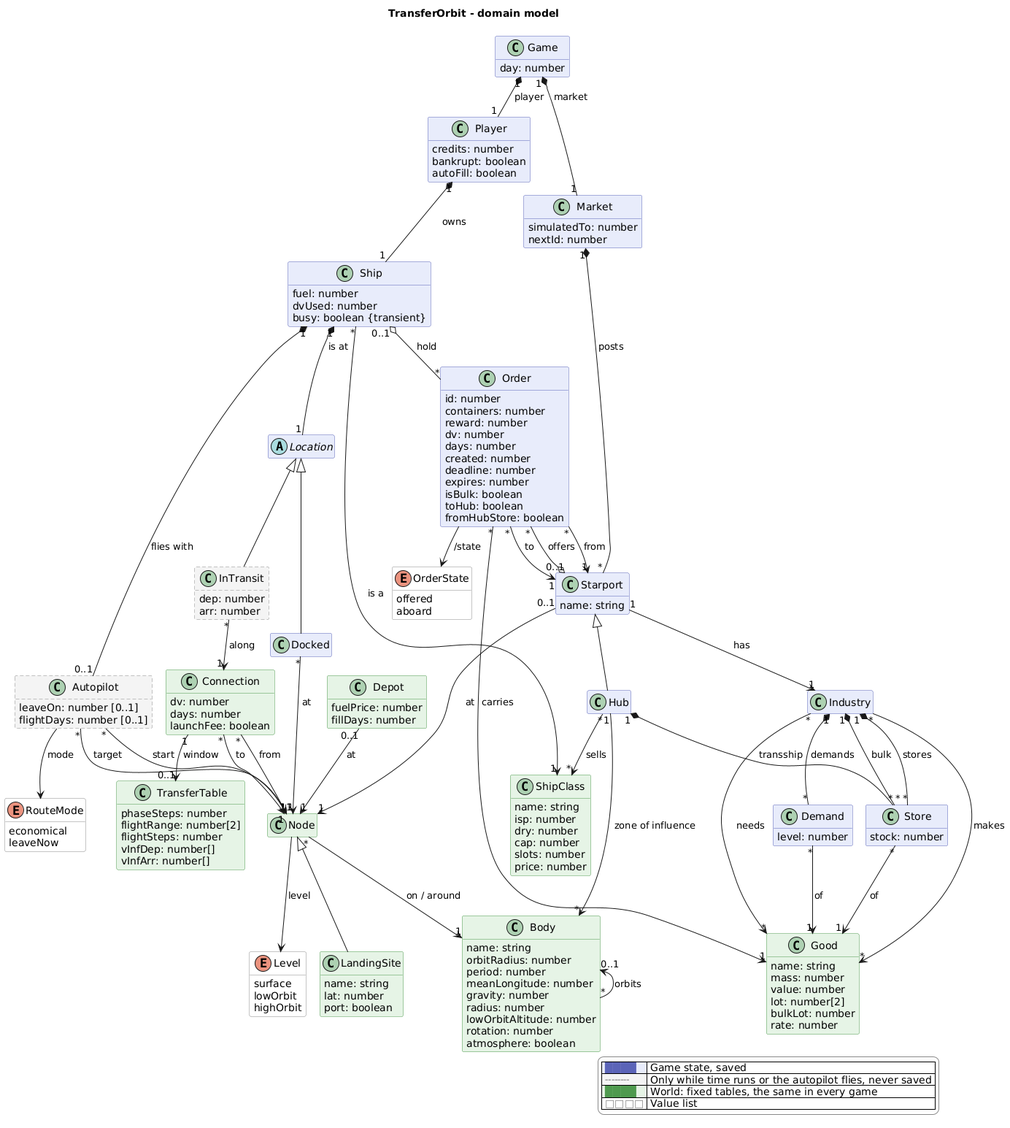
The PlantUML diagram docs/domain-model.png in scuzzar/TransferOrbit, before a commit.
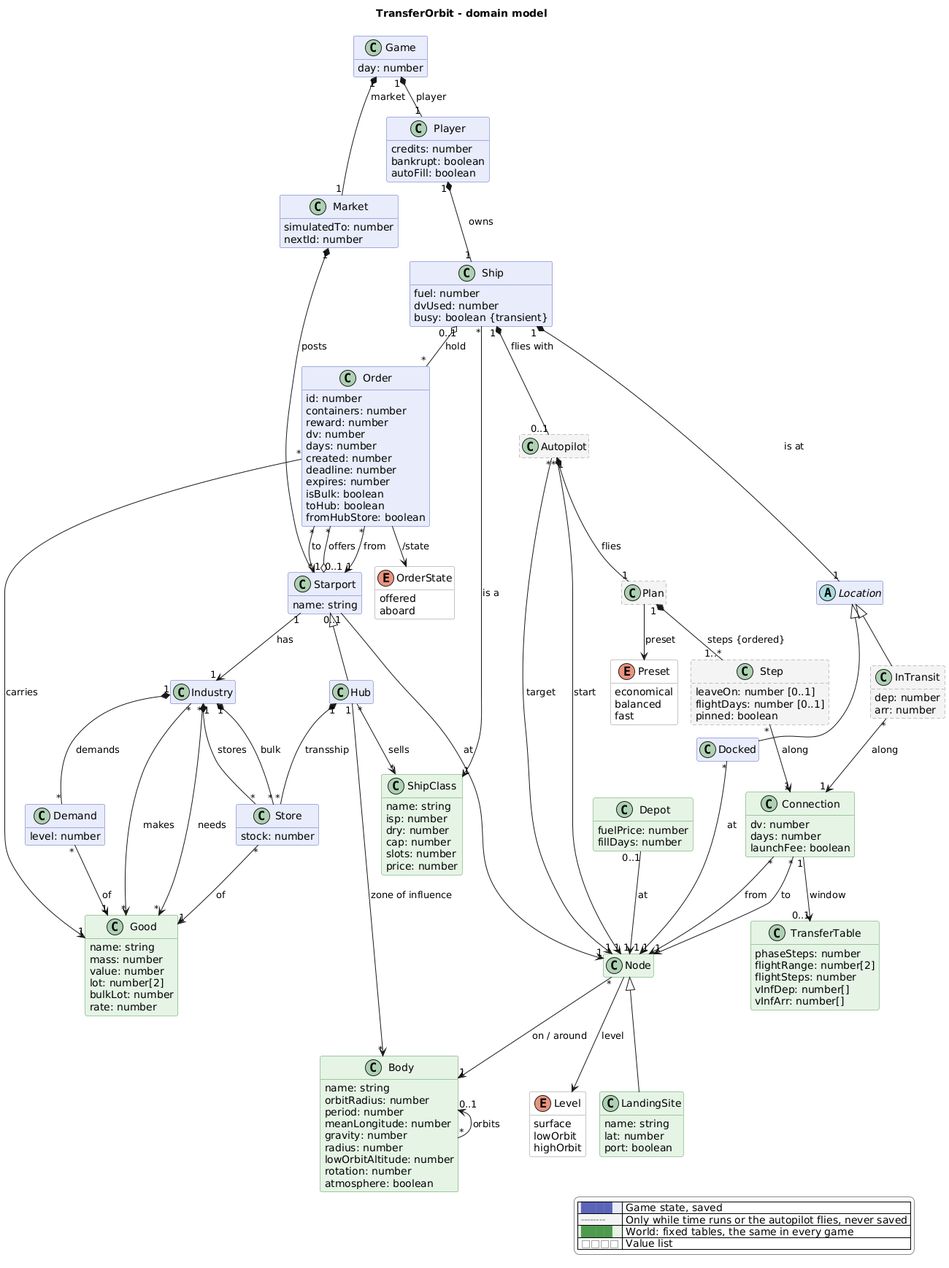
After the commit.

Commit message:
Plans of steps the player can change, drafted from three presets

The edit, as a diff of the source:
```diff
@@ -50,13 +50,17 @@
     dep: number
     arr: number
   }
-  class Autopilot <<transient>> {
+  class Autopilot <<transient>>
+  class Plan <<transient>>
+  class Step <<transient>> {
     leaveOn: number [0..1]
     flightDays: number [0..1]
+    pinned: boolean
   }
-  enum RouteMode <<value>> {
+  enum Preset <<value>> {
     economical
-    leaveNow
+    balanced
+    fast
   }
   class Market {
     simulatedTo: number
@@ -159,7 +163,10 @@
 InTransit "*" --> "1" Connection : along
 Autopilot "*" --> "1" Node : target
 Autopilot "*" --> "1" Node : start
-Autopilot --> RouteMode : mode
+Autopilot "1" *-- "1" Plan : flies
+Plan --> Preset : preset
+Plan "1" *-- "1..*" Step : steps {ordered}
+Step "*" --> "1" Connection : along
 
 Market "1" *-- "*" Starport : posts
 Starport "1" --> "1" Industry : has
```
